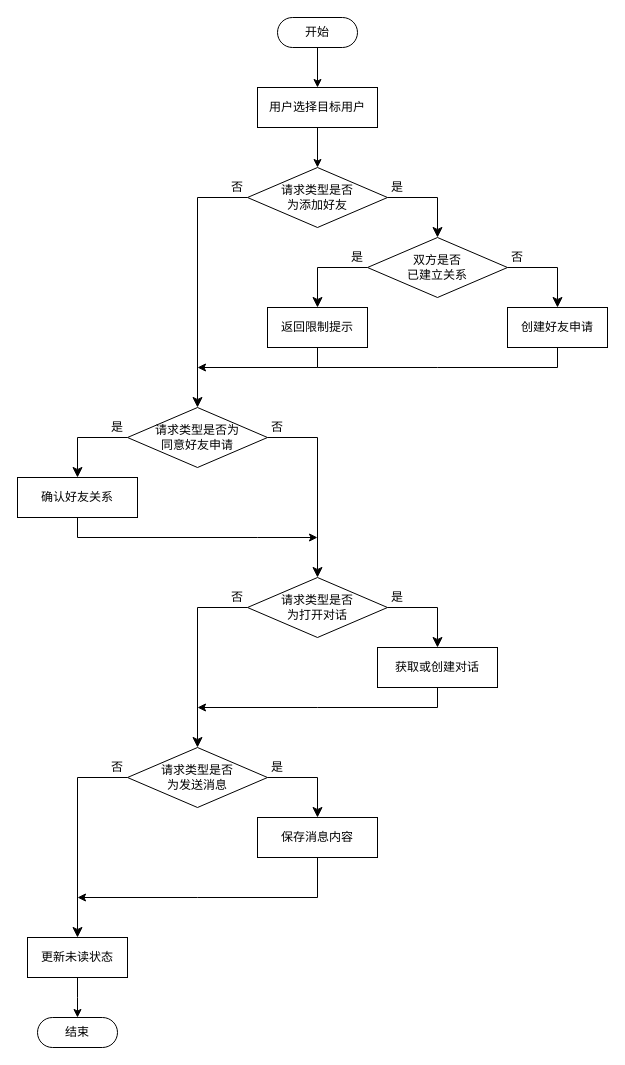
Earlier version of the draw.io diagram 3-6聊天与社交.drawio (wlqsupreme/2026_AFriends). Source tidied: cells renumbered, new cells numbered last; positions are measured from the earlier drawing's top-left corner, leaving out a move shared by most shapes. Both pictures are drawn from the tidied source at 100%, with x=0, y=0 at pixel (17, 17).
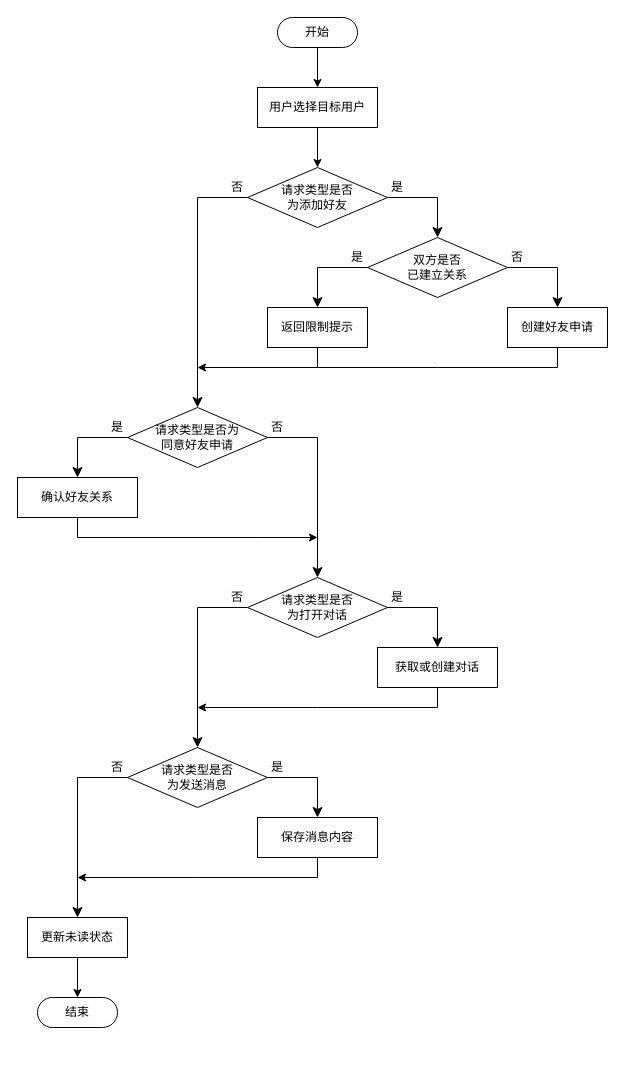
The same diagram, later.

Commit message (it also covers changes not shown here):
更新3-6聊天与社交.drawio

Unchanged cells that the change refers to:
```xml
<mxCell id="35" value="请求类型是否&lt;div&gt;为发送消息&lt;/div&gt;" style="shape=rhombus;html=1;dashed=0;whiteSpace=wrap;perimeter=rhombusPerimeter;" parent="1" vertex="1">
  <mxGeometry x="110" y="730" width="140" height="60" as="geometry" />
</mxCell>
<mxCell id="38" value="保存消息内容" style="html=1;dashed=0;whiteSpace=wrap;" parent="1" vertex="1">
  <mxGeometry x="240" y="800" width="120" height="40" as="geometry" />
</mxCell>
```

The edit, as a diff of the source:
```diff
@@
-    <mxCell id="21" style="edgeStyle=orthogonalEdgeStyle;rounded=0;jettySize=auto;html=1;exitX=0.5;exitY=1;exitDx=0;exitDy=0;endArrow=classic;endFill=1;" parent="1" edge="1" source="22">
-      <mxGeometry relative="1" as="geometry">
-        <mxPoint x="60" y="1000" as="targetPoint" />
-      </mxGeometry>
+    <mxCell id="21" style="edgeStyle=orthogonalEdgeStyle;rounded=0;jettySize=auto;html=1;exitX=0.5;exitY=1;exitDx=0;exitDy=0;endArrow=classic;endFill=1;entryX=0.5;entryY=0.5;entryDx=0;entryDy=-15;entryPerimeter=0;" parent="1" edge="1" source="22" target="25">
+      <mxGeometry relative="1" as="geometry" />
     </mxCell>
     <mxCell id="22" value="更新未读&lt;span style=&quot;background-color: transparent; color: light-dark(rgb(0, 0, 0), rgb(255, 255, 255));&quot;&gt;状态&lt;/span&gt;" style="html=1;dashed=0;whiteSpace=wrap;" parent="1" vertex="1">
-      <mxGeometry x="10" y="920" width="100" height="40" as="geometry" />
+      <mxGeometry x="10" y="900" width="100" height="40" as="geometry" />
     </mxCell>
@@
     <mxCell id="25" value="结束" style="html=1;dashed=0;whiteSpace=wrap;shape=mxgraph.dfd.start;" parent="1" vertex="1">
-      <mxGeometry x="20" y="1000" width="80" height="30" as="geometry" />
+      <mxGeometry x="20" y="980" width="80" height="30" as="geometry" />
     </mxCell>
@@
-    <mxCell id="36" style="edgeStyle=segmentEdgeStyle;endArrow=classic;html=1;curved=0;rounded=0;endSize=8;startSize=8;exitX=0;exitY=0.5;exitDx=0;exitDy=0;entryX=0.5;entryY=0;entryDx=0;entryDy=0;" parent="1" edge="1" source="35">
+    <mxCell id="36" style="edgeStyle=segmentEdgeStyle;endArrow=classic;html=1;curved=0;rounded=0;endSize=8;startSize=8;exitX=0;exitY=0.5;exitDx=0;exitDy=0;" parent="1" edge="1" source="35">
       <mxGeometry relative="1" as="geometry">
-        <mxPoint x="60" y="920" as="targetPoint" />
+        <mxPoint x="60" y="900" as="targetPoint" />
         <Array as="points">
           <mxPoint x="60" y="760" />
         </Array>
       </mxGeometry>
     </mxCell>
@@
     <mxCell id="39" style="endArrow=classic;html=1;rounded=0;exitX=0.5;exitY=1;exitDx=0;exitDy=0;" parent="1" edge="1" source="38">
       <mxGeometry relative="1" as="geometry">
-        <mxPoint x="60" y="880" as="targetPoint" />
+        <mxPoint x="60" y="860" as="targetPoint" />
         <Array as="points">
-          <mxPoint x="300" y="880" />
-          <mxPoint x="180" y="880" />
+          <mxPoint x="300" y="860" />
+          <mxPoint x="180" y="860" />
         </Array>
       </mxGeometry>
     </mxCell>
```
